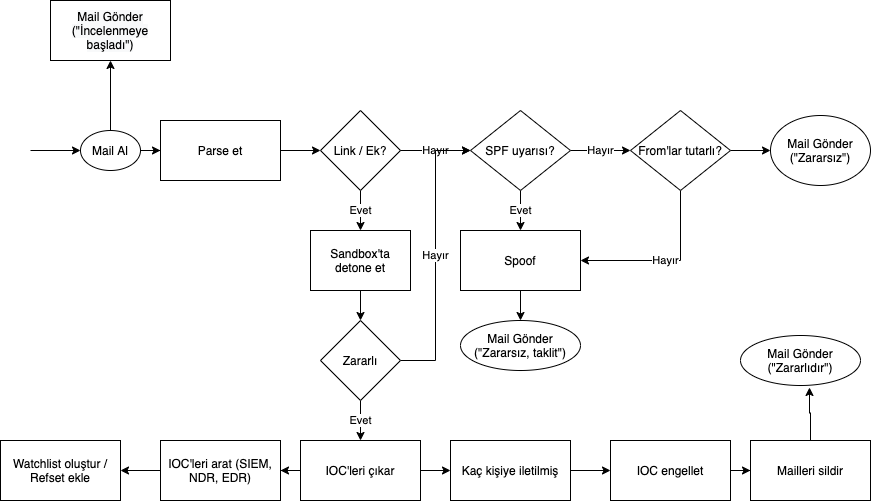
This is Mail_PB.png from caliskanfurkan/ozetgec, a draw.io export, as it was before one commit. Source tidied: cells renumbered, new cells last; positions are measured from the earlier drawing's top-left corner, leaving out a move shared by most shapes.
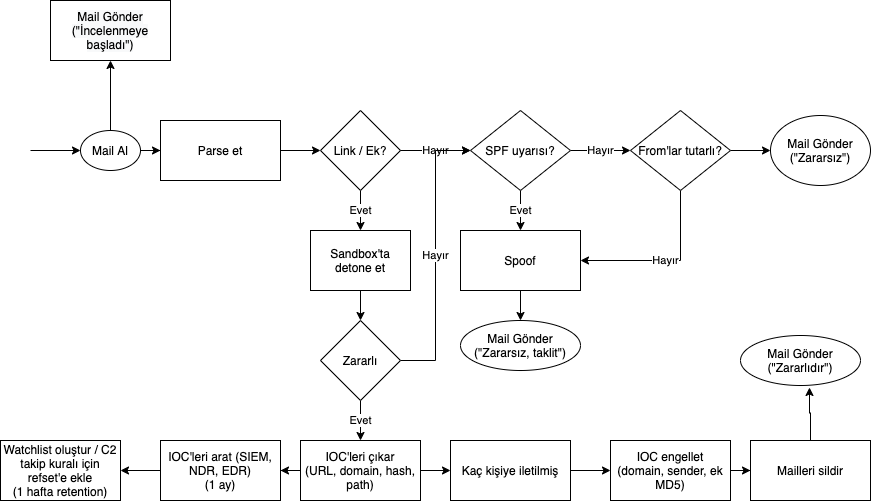
Later version of the same file.

The edit, as a diff of the source:
```diff
@@ -93,7 +93,7 @@
     <mxCell id="29" style="edgeStyle=orthogonalEdgeStyle;rounded=0;jettySize=auto;html=1;" parent="1" edge="1" source="30" target="32">
       <mxGeometry relative="1" as="geometry" />
     </mxCell>
-    <mxCell id="30" value="IOC engellet" style="whiteSpace=wrap;html=1;rounded=0;" parent="1" vertex="1">
+    <mxCell id="30" value="IOC engellet&lt;br&gt;(domain, sender, ek MD5)" style="whiteSpace=wrap;html=1;rounded=0;" parent="1" vertex="1">
       <mxGeometry x="610" y="440" width="120" height="60" as="geometry" />
     </mxCell>
     <mxCell id="31" style="edgeStyle=orthogonalEdgeStyle;rounded=0;jettySize=auto;html=1;entryX=0.575;entryY=1.04;entryDx=0;entryDy=0;entryPerimeter=0;" parent="1" edge="1" source="32" target="39">
@@ -108,16 +108,16 @@
     <mxCell id="34" style="edgeStyle=orthogonalEdgeStyle;rounded=0;jettySize=auto;html=1;" parent="1" edge="1" source="35" target="28">
       <mxGeometry relative="1" as="geometry" />
     </mxCell>
-    <mxCell id="35" value="IOC'leri çıkar" style="whiteSpace=wrap;html=1;" parent="1" vertex="1">
+    <mxCell id="35" value="IOC'leri çıkar&lt;br&gt;(URL, domain, hash, path)" style="whiteSpace=wrap;html=1;" parent="1" vertex="1">
       <mxGeometry x="300" y="440" width="120" height="60" as="geometry" />
     </mxCell>
     <mxCell id="36" style="edgeStyle=orthogonalEdgeStyle;rounded=0;jettySize=auto;html=1;" parent="1" edge="1" source="37" target="38">
       <mxGeometry relative="1" as="geometry" />
     </mxCell>
-    <mxCell id="37" value="IOC'leri arat (SIEM, NDR, EDR)" style="whiteSpace=wrap;html=1;" parent="1" vertex="1">
+    <mxCell id="37" value="IOC'leri arat (SIEM, NDR, EDR)&lt;br&gt;(1 ay)" style="whiteSpace=wrap;html=1;" parent="1" vertex="1">
       <mxGeometry x="160" y="440" width="120" height="60" as="geometry" />
     </mxCell>
-    <mxCell id="38" value="Watchlist oluştur / Refset ekle" style="whiteSpace=wrap;html=1;" parent="1" vertex="1">
+    <mxCell id="38" value="Watchlist oluştur / C2 takip kuralı için refset'e ekle&lt;br&gt;(1 hafta retention)" style="whiteSpace=wrap;html=1;" parent="1" vertex="1">
       <mxGeometry y="440" width="120" height="60" as="geometry" />
     </mxCell>
     <mxCell id="39" value="Mail Gönder (&quot;Zararlıdır&quot;)" style="ellipse;whiteSpace=wrap;html=1;" parent="1" vertex="1">
```
